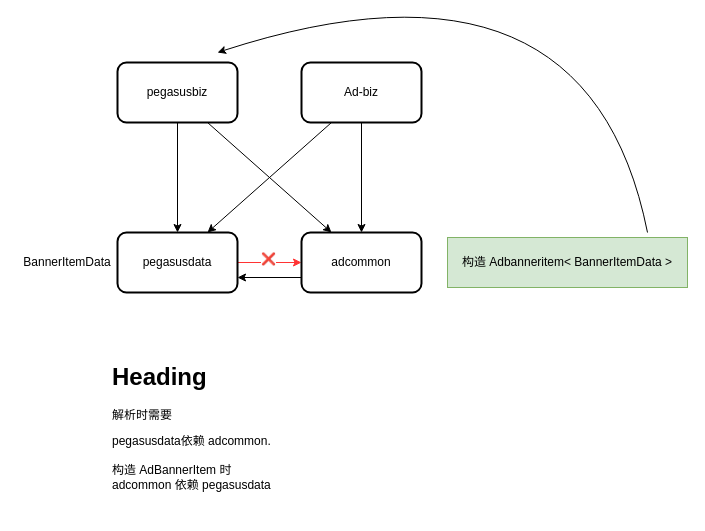
Earlier version of the draw.io diagram 天马重构.drawio (windherd/draw.io). Source tidied: cells renumbered, new cells numbered last; positions are measured from the earlier drawing's top-left corner, leaving out a move shared by most shapes. Both pictures are drawn from the tidied source at 100%, with x=0, y=0 at pixel (17, -68).
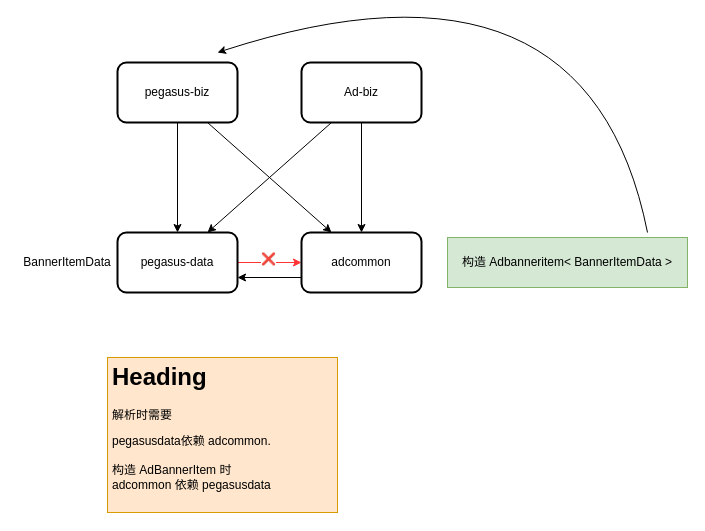
After the change.

Commit message (it also covers changes not shown here):
更新天马重构.drawio

The edit, as a diff of the source:
```diff
@@
 <mxGraphModel>
   <root>
     <mxCell id="0" />
     <mxCell id="1" parent="0" />
     <mxCell id="2" style="edgeStyle=orthogonalEdgeStyle;rounded=0;jettySize=auto;html=1;entryX=0.5;entryY=0;entryDx=0;entryDy=0;fontFamily=Helvetica;fontSize=12;fontColor=default;" parent="1" edge="1" source="4" target="9">
       <mxGeometry relative="1" as="geometry" />
     </mxCell>
     <mxCell id="3" style="edgeStyle=orthogonalEdgeStyle;rounded=0;jettySize=auto;html=1;entryX=0;entryY=0;entryDx=0;entryDy=0;fontFamily=Helvetica;fontSize=12;fontColor=default;exitX=0.75;exitY=1;exitDx=0;exitDy=0;strokeColor=none;" parent="1" edge="1" source="4" target="10">
       <mxGeometry relative="1" as="geometry" />
     </mxCell>
-    <mxCell id="4" value="pegasusbiz" style="rounded=1;whiteSpace=wrap;html=1;strokeWidth=2;" parent="1" vertex="1">
+    <mxCell id="4" value="pegasus-biz" style="rounded=1;whiteSpace=wrap;html=1;strokeWidth=2;" parent="1" vertex="1">
       <mxGeometry x="100" y="130" width="120" height="60" as="geometry" />
     </mxCell>
     <mxCell id="5" style="edgeStyle=orthogonalEdgeStyle;rounded=0;jettySize=auto;html=1;entryX=0.5;entryY=0;entryDx=0;entryDy=0;fontFamily=Helvetica;fontSize=12;fontColor=default;" parent="1" edge="1" source="6" target="10">
       <mxGeometry relative="1" as="geometry" />
     </mxCell>
     <mxCell id="6" value="Ad-biz" style="rounded=1;whiteSpace=wrap;html=1;strokeWidth=2;" parent="1" vertex="1">
       <mxGeometry x="284" y="130" width="120" height="60" as="geometry" />
     </mxCell>
     <mxCell id="7" style="edgeStyle=orthogonalEdgeStyle;rounded=0;jettySize=auto;html=1;entryX=0;entryY=0.5;entryDx=0;entryDy=0;fontFamily=Helvetica;fontSize=12;fontColor=default;strokeColor=#FF3333;" parent="1" edge="1" source="9" target="10">
       <mxGeometry relative="1" as="geometry" />
     </mxCell>
     <mxCell id="8" value="❌" style="edgeLabel;html=1;align=center;verticalAlign=middle;fontSize=12;fontFamily=Helvetica;fontColor=default;" parent="7" vertex="1">
       <mxGeometry x="-0.06" y="4" relative="1" as="geometry" />
     </mxCell>
-    <mxCell id="9" value="pegasusdata" style="rounded=1;whiteSpace=wrap;html=1;strokeWidth=2;" parent="1" vertex="1">
+    <mxCell id="9" value="pegasus-data" style="rounded=1;whiteSpace=wrap;html=1;strokeWidth=2;" parent="1" vertex="1">
       <mxGeometry x="100" y="300" width="120" height="60" as="geometry" />
     </mxCell>
     <mxCell id="10" value="adcommon" style="rounded=1;whiteSpace=wrap;html=1;strokeWidth=2;" parent="1" vertex="1">
       <mxGeometry x="284" y="300" width="120" height="60" as="geometry" />
     </mxCell>
     <mxCell id="11" style="endArrow=classic;html=1;rounded=0;fontFamily=Helvetica;fontSize=12;fontColor=default;exitX=0.25;exitY=1;exitDx=0;exitDy=0;entryX=0.75;entryY=0;entryDx=0;entryDy=0;" parent="1" edge="1" source="6" target="9">
       <mxGeometry relative="1" as="geometry" />
     </mxCell>
     <mxCell id="12" value="构造 Adbanneritem&amp;lt;&amp;nbsp;BannerItemData &amp;gt;" style="text;html=1;strokeColor=#82b366;fillColor=#d5e8d4;align=center;verticalAlign=middle;whiteSpace=wrap;rounded=0;fontSize=12;fontFamily=Helvetica;" parent="1" vertex="1">
       <mxGeometry x="430" y="305" width="240" height="50" as="geometry" />
     </mxCell>
     <mxCell id="13" style="endArrow=classic;html=1;rounded=0;fontFamily=Helvetica;fontSize=12;fontColor=default;exitX=0.75;exitY=1;exitDx=0;exitDy=0;entryX=0.25;entryY=0;entryDx=0;entryDy=0;" parent="1" edge="1" source="4" target="10">
       <mxGeometry relative="1" as="geometry" />
     </mxCell>
     <mxCell id="14" value="BannerItemData" style="text;html=1;strokeColor=none;fillColor=none;align=center;verticalAlign=middle;whiteSpace=wrap;rounded=0;fontSize=12;fontFamily=Helvetica;fontColor=default;" parent="1" vertex="1">
       <mxGeometry y="315" width="100" height="30" as="geometry" />
     </mxCell>
     <mxCell id="15" style="endArrow=classic;html=1;rounded=0;fontFamily=Helvetica;fontSize=12;fontColor=default;exitX=0;exitY=0.75;exitDx=0;exitDy=0;entryX=1;entryY=0.75;entryDx=0;entryDy=0;" parent="1" edge="1" source="10" target="9">
       <mxGeometry relative="1" as="geometry" />
     </mxCell>
     <mxCell id="16" style="endArrow=none;html=1;fontFamily=Helvetica;fontSize=12;fontColor=default;curved=1;startArrow=classic;startFill=1;" parent="1" edge="1">
       <mxGeometry relative="1" as="geometry">
         <mxPoint x="200" y="120" as="sourcePoint" />
         <mxPoint x="630" y="300" as="targetPoint" />
         <Array as="points">
           <mxPoint x="570" />
         </Array>
       </mxGeometry>
     </mxCell>
-    <mxCell id="17" value="&lt;h1&gt;Heading&lt;/h1&gt;&lt;p&gt;解析时需要&lt;/p&gt;pegasusdata依赖 adcommon&lt;span style=&quot;background-color: initial;&quot;&gt;.&lt;br&gt;&lt;/span&gt;&lt;br&gt;构造 AdBannerItem 时&lt;br&gt;adcommon 依赖 pegasusdata&lt;br&gt;&lt;p&gt;&lt;br&gt;&lt;/p&gt;" style="text;html=1;strokeColor=none;fillColor=none;spacing=5;spacingTop=-20;whiteSpace=wrap;overflow=hidden;rounded=0;fontSize=12;fontFamily=Helvetica;fontColor=default;" parent="1" vertex="1">
-      <mxGeometry x="90" y="425" width="370" height="155" as="geometry" />
+    <mxCell id="17" value="&lt;h1&gt;Heading&lt;/h1&gt;&lt;p&gt;解析时需要&lt;/p&gt;pegasusdata依赖 adcommon&lt;span style=&quot;background-color: initial;&quot;&gt;.&lt;br&gt;&lt;/span&gt;&lt;br&gt;构造 AdBannerItem 时&lt;br&gt;adcommon 依赖 pegasusdata&lt;br&gt;&lt;p&gt;&lt;br&gt;&lt;/p&gt;" style="text;html=1;strokeColor=#d79b00;fillColor=#ffe6cc;spacing=5;spacingTop=-20;whiteSpace=wrap;overflow=hidden;rounded=0;fontSize=12;fontFamily=Helvetica;" parent="1" vertex="1">
+      <mxGeometry x="90" y="425" width="230" height="155" as="geometry" />
     </mxCell>
   </root>
 </mxGraphModel>
```
